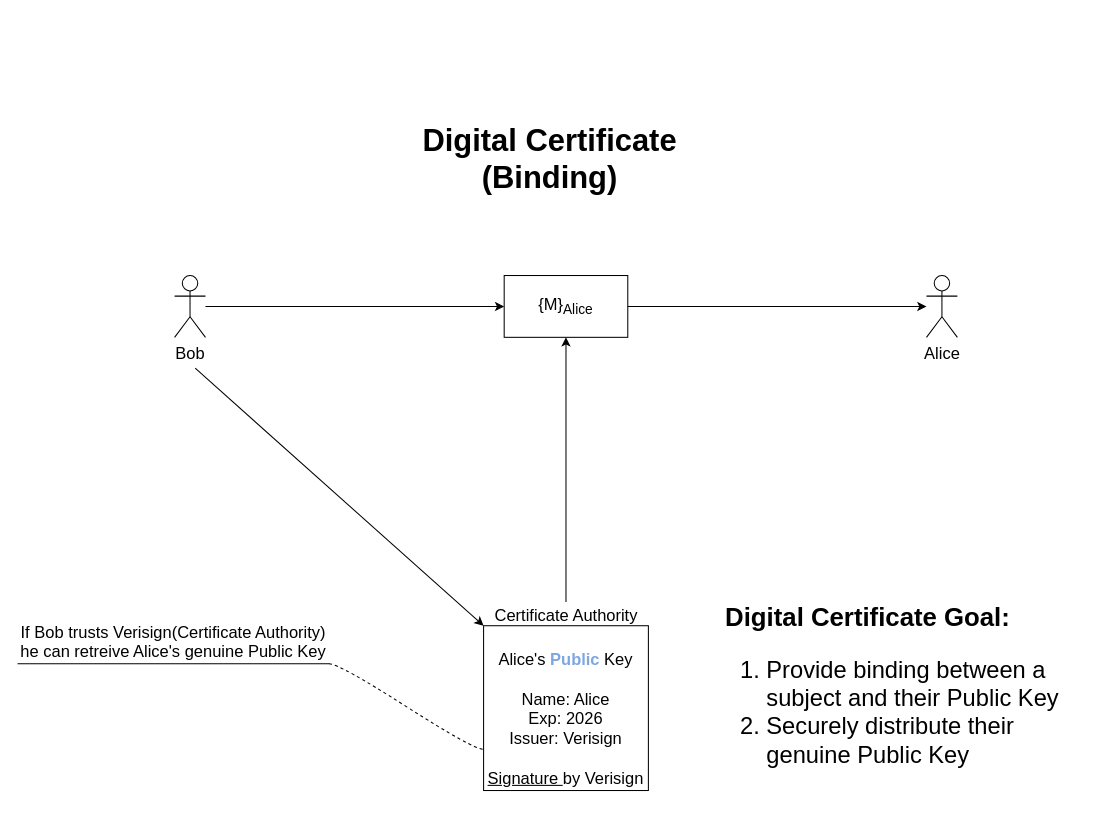
Above: Binding.drawio in ProTapia/IST-215-Notes (draw.io), before the change. Source tidied: cells renumbered, new cells numbered last; positions are measured from the earlier drawing's top-left corner, leaving out a move shared by most shapes. Both pictures are drawn from the tidied source at 103%, with x=0, y=0 at pixel (18, 117).
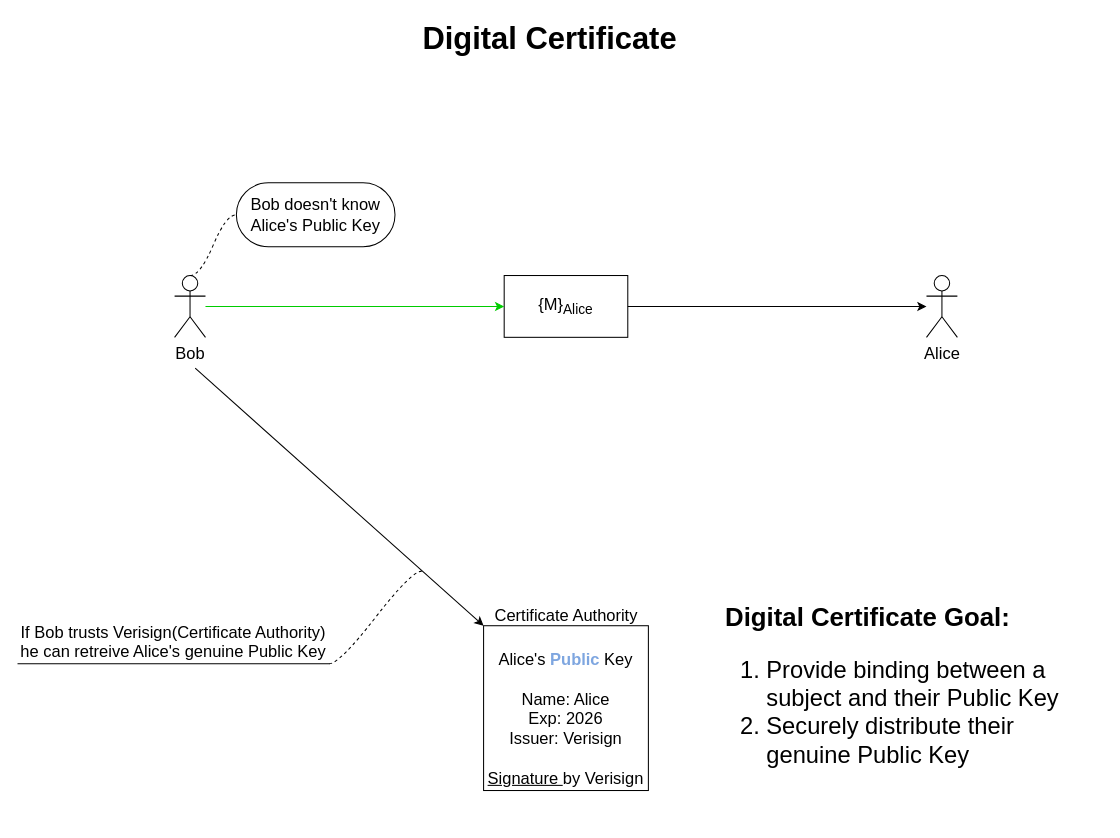
After the change.

What changed in the source:
```diff
@@
 <mxGraphModel>
   <root>
     <mxCell id="0" />
     <mxCell id="1" parent="0" />
-    <mxCell id="2" value="Digital Certificate&lt;br style=&quot;font-size: 30px&quot;&gt;(Binding)" style="text;html=1;align=center;verticalAlign=middle;fontSize=30;fontStyle=1;" parent="1" vertex="1">
-      <mxGeometry x="386" width="260" height="80" as="geometry" />
+    <mxCell id="2" value="Digital Certificate&lt;br style=&quot;font-size: 30px&quot;&gt;" style="text;html=1;align=center;verticalAlign=middle;fontSize=30;fontStyle=1;" parent="1" vertex="1">
+      <mxGeometry x="386" y="-97" width="260" height="40" as="geometry" />
     </mxCell>
     <mxCell id="3" value="&lt;font style=&quot;font-size: 16px&quot;&gt;Alice's&amp;nbsp;&lt;b style=&quot;font-size: 16px&quot;&gt;&lt;font color=&quot;#7ea6e0&quot; style=&quot;font-size: 16px&quot;&gt;Public &lt;/font&gt;&lt;/b&gt;Key&lt;br style=&quot;font-size: 16px&quot;&gt;&lt;br style=&quot;font-size: 16px&quot;&gt;Name: Alice&lt;br style=&quot;font-size: 16px&quot;&gt;Exp: 2026&lt;br style=&quot;font-size: 16px&quot;&gt;Issuer: Verisign&lt;br style=&quot;font-size: 16px&quot;&gt;&lt;br style=&quot;font-size: 16px&quot;&gt;&lt;u style=&quot;font-size: 16px&quot;&gt;Signature &lt;/u&gt;by Verisign&lt;/font&gt;" style="whiteSpace=wrap;html=1;fontSize=16;verticalAlign=bottom;" parent="1" vertex="1">
       <mxGeometry x="452" y="493" width="160" height="160" as="geometry" />
     </mxCell>
     <mxCell id="4" value="Certificate Authority" style="text;html=1;align=center;verticalAlign=middle;points=[];fontSize=16;" parent="1" vertex="1">
       <mxGeometry x="457" y="473" width="150" height="20" as="geometry" />
     </mxCell>
     <mxCell id="5" value="Bob" style="shape=umlActor;verticalLabelPosition=bottom;labelBackgroundColor=#ffffff;verticalAlign=top;html=1;outlineConnect=0;fontSize=16;" parent="1" vertex="1">
       <mxGeometry x="152" y="153" width="30" height="60" as="geometry" />
     </mxCell>
     <mxCell id="6" value="{M}&lt;sub&gt;Alice&lt;/sub&gt;" style="rounded=0;whiteSpace=wrap;html=1;fontSize=16;" parent="1" vertex="1">
       <mxGeometry x="472" y="153" width="120" height="60" as="geometry" />
     </mxCell>
     <mxCell id="7" value="Alice" style="shape=umlActor;verticalLabelPosition=bottom;labelBackgroundColor=#ffffff;verticalAlign=top;html=1;outlineConnect=0;fontSize=16;" parent="1" vertex="1">
       <mxGeometry x="882" y="153" width="30" height="60" as="geometry" />
     </mxCell>
-    <mxCell id="8" style="endArrow=classic;html=1;fontSize=16;entryX=0;entryY=0.5;entryDx=0;entryDy=0;" parent="1" edge="1" source="5" target="6">
+    <mxCell id="8" style="endArrow=classic;html=1;fontSize=16;entryX=0;entryY=0.5;entryDx=0;entryDy=0;fillColor=#fff2cc;strokeColor=#00CC00;" parent="1" edge="1" source="5" target="6">
       <mxGeometry relative="1" as="geometry" />
     </mxCell>
     <mxCell id="9" style="endArrow=classic;html=1;fontSize=16;exitX=1;exitY=0.5;exitDx=0;exitDy=0;" parent="1" edge="1" source="6" target="7">
       <mxGeometry relative="1" as="geometry" />
     </mxCell>
     <mxCell id="10" style="endArrow=classic;html=1;fontSize=16;entryX=0;entryY=0;entryDx=0;entryDy=0;" parent="1" edge="1" target="3">
       <mxGeometry relative="1" as="geometry">
         <mxPoint x="172" y="243" as="sourcePoint" />
       </mxGeometry>
     </mxCell>
-    <mxCell id="11" style="endArrow=classic;html=1;fontSize=16;entryX=0.5;entryY=1;entryDx=0;entryDy=0;exitX=0.5;exitY=-0.15;exitDx=0;exitDy=0;exitPerimeter=0;" parent="1" edge="1" source="4" target="6">
-      <mxGeometry relative="1" as="geometry" />
-    </mxCell>
     <mxCell id="12" value="If Bob trusts Verisign(Certificate Authority) he can retreive Alice's genuine Public Key" style="whiteSpace=wrap;html=1;shape=partialRectangle;top=0;left=0;bottom=1;right=0;points=[[0,1],[1,1]];strokeColor=#000000;fillColor=none;align=center;verticalAlign=bottom;routingCenterY=0.5;snapToPoint=1;fontSize=16;" parent="1" vertex="1">
       <mxGeometry y="510" width="302" height="20" as="geometry" />
     </mxCell>
-    <mxCell id="13" style="edgeStyle=entityRelationEdgeStyle;startArrow=none;endArrow=none;segment=10;curved=1;fontSize=16;entryX=0;entryY=0.75;entryDx=0;entryDy=0;exitX=1;exitY=1;exitDx=0;exitDy=0;dashed=1;" parent="1" edge="1" source="12" target="3">
-      <mxGeometry relative="1" as="geometry" />
+    <mxCell id="13" style="edgeStyle=entityRelationEdgeStyle;startArrow=none;endArrow=none;segment=10;curved=1;fontSize=16;exitX=1;exitY=1;exitDx=0;exitDy=0;dashed=1;" parent="1" edge="1" source="12">
+      <mxGeometry relative="1" as="geometry">
+        <mxPoint x="392" y="440" as="targetPoint" />
+      </mxGeometry>
     </mxCell>
     <mxCell id="14" value="&lt;h1 style=&quot;font-size: 25px&quot;&gt;&lt;font style=&quot;font-size: 25px&quot;&gt;Digital Certificate Goal:&lt;/font&gt;&lt;/h1&gt;&lt;div style=&quot;font-size: 23px&quot;&gt;&lt;ol&gt;&lt;li&gt;&lt;span&gt;Provide binding between a subject and their Public Key&lt;/span&gt;&lt;/li&gt;&lt;li&gt;&lt;span&gt;Securely&amp;nbsp;distribute their genuine Public Key&lt;/span&gt;&lt;/li&gt;&lt;/ol&gt;&lt;/div&gt;" style="text;html=1;strokeColor=none;fillColor=none;spacing=5;spacingTop=-20;whiteSpace=wrap;overflow=hidden;rounded=0;fontSize=16;" parent="1" vertex="1">
       <mxGeometry x="682" y="463" width="370" height="220" as="geometry" />
     </mxCell>
+    <mxCell id="15" value="Bob doesn't know Alice's Public Key" style="whiteSpace=wrap;html=1;rounded=1;arcSize=50;align=center;verticalAlign=middle;strokeWidth=1;spacing=4;fontSize=16;" parent="1" vertex="1">
+      <mxGeometry x="212" y="63" width="154" height="62" as="geometry" />
+    </mxCell>
+    <mxCell id="16" style="edgeStyle=entityRelationEdgeStyle;startArrow=none;endArrow=none;segment=10;curved=1;fontSize=16;exitX=0.5;exitY=0;exitDx=0;exitDy=0;exitPerimeter=0;dashed=1;" parent="1" edge="1" source="5" target="15">
+      <mxGeometry relative="1" as="geometry" />
+    </mxCell>
   </root>
 </mxGraphModel>
```
